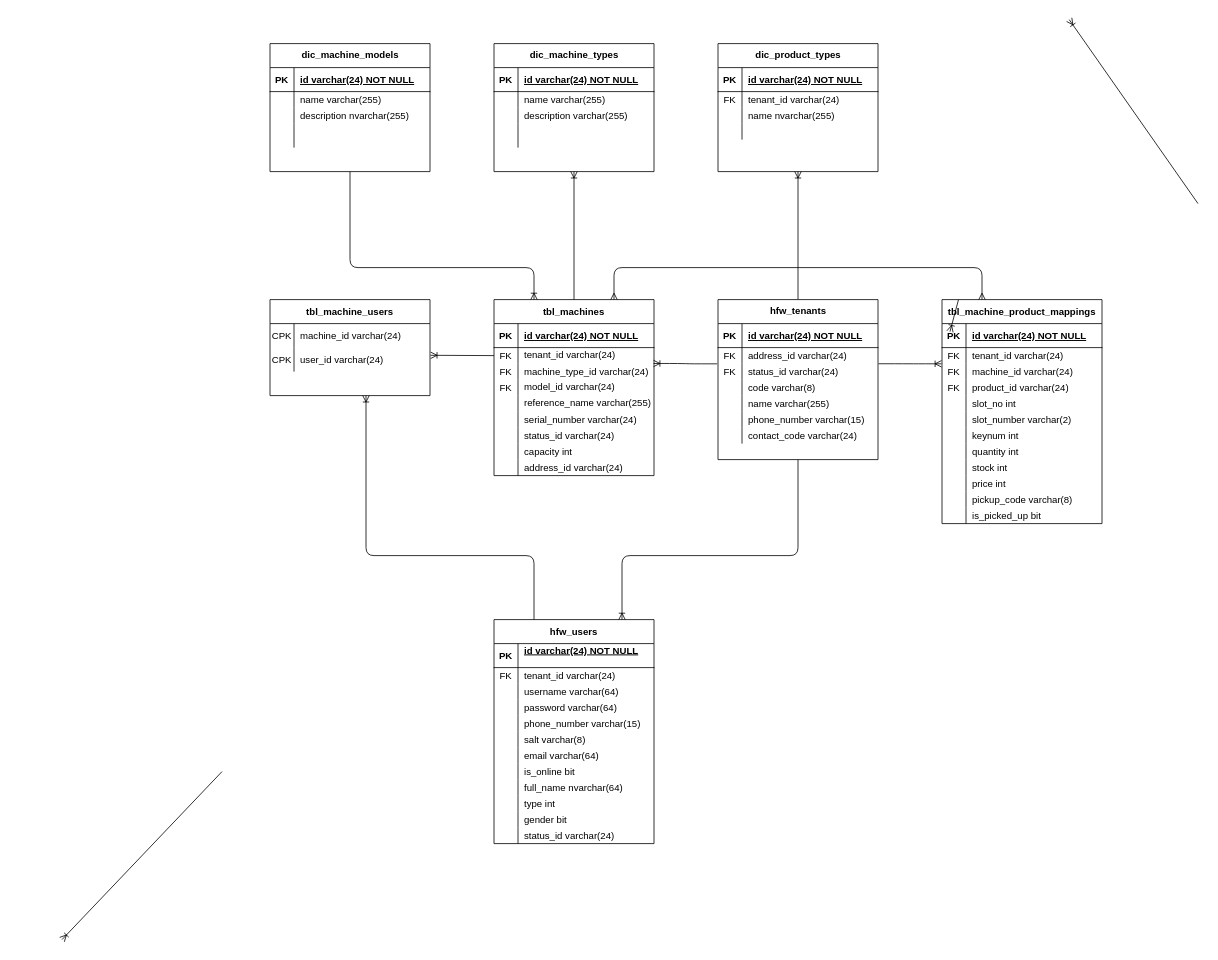
This is page "Machine" (4 of 6) of Untitled Diagram.drawio from wardus3105/alphatest, a draw.io file, before an edit. Source tidied: cells renumbered, new cells numbered last; positions are measured from the earlier drawing's top-left corner, leaving out a move shared by most shapes. Both pictures are drawn from the tidied source at 80%, with x=0, y=0 at pixel (62, 19).
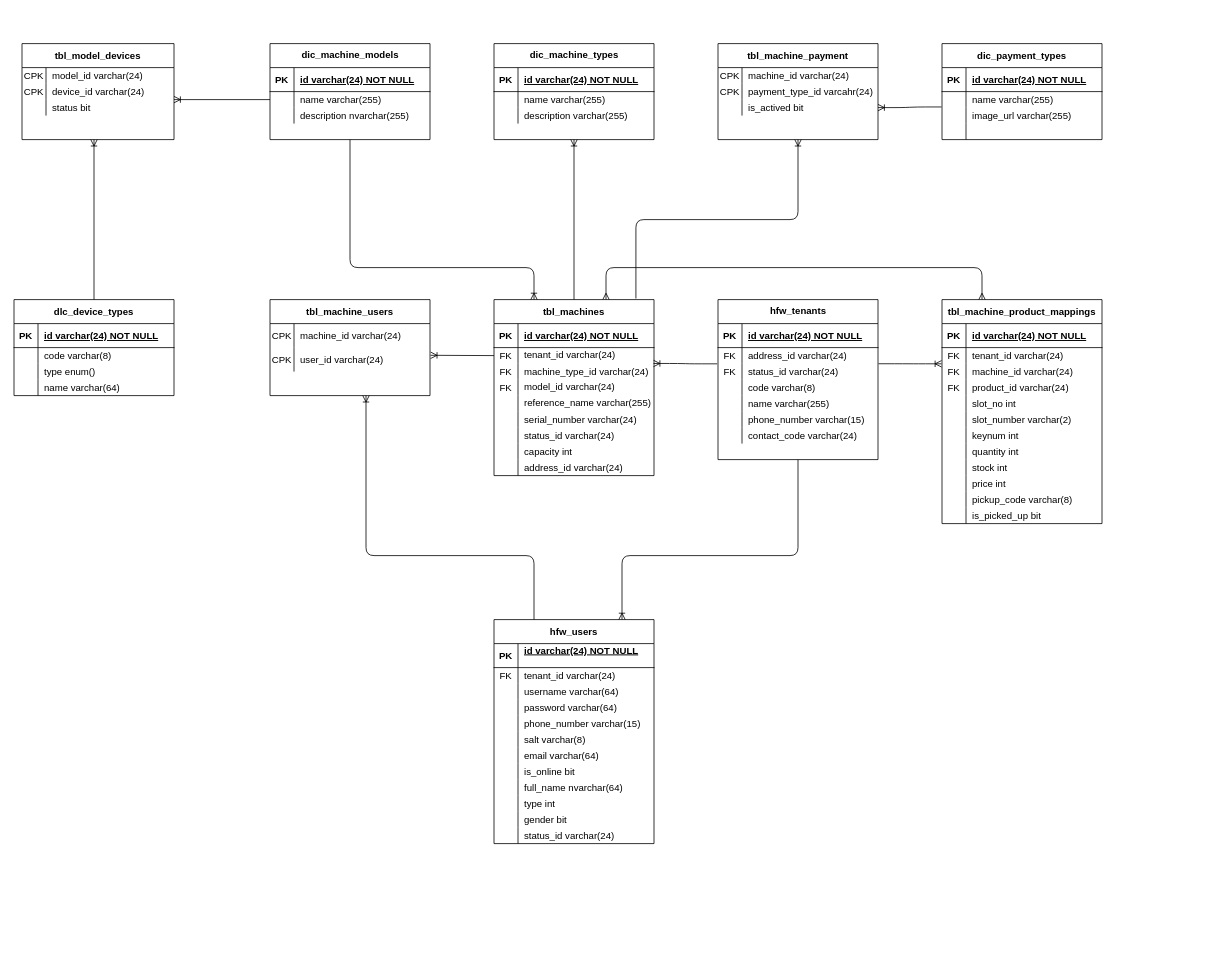
After the change.

Unchanged cells that the change refers to:
```xml
<mxCell id="2" value="tbl_machines" style="shape=table;startSize=30;childLayout=tableLayout;rowLines=0;fontStyle=1;align=center;" parent="1" vertex="1">
  <mxGeometry x="540" y="350" width="200" height="220" as="geometry" />
</mxCell>
<mxCell id="34" style="shape=partialRectangle;fillColor=none;top=0;left=0;bottom=0;right=0;points=[[0,0.5],[1,0.5]];portConstraint=eastwest;" parent="30" vertex="1">
  <mxGeometry y="60" width="200" height="20" as="geometry" />
</mxCell>
```

Change to the diagram source:
```diff
@@
     <mxCell id="30" value="dic_machine_models" style="shape=table;startSize=30;childLayout=tableLayout;rowLines=0;fontStyle=1;align=center;html=1;" parent="1" vertex="1">
-      <mxGeometry x="260" y="30" width="200" height="160" as="geometry" />
+      <mxGeometry x="260" y="30" width="200" height="120" as="geometry" />
     </mxCell>
@@
-    <mxCell id="40" style="shape=partialRectangle;fillColor=none;top=0;left=0;bottom=0;right=0;" parent="30" vertex="1">
-      <mxGeometry y="100" width="200" height="30" as="geometry" />
-    </mxCell>
-    <mxCell id="41" style="shape=partialRectangle;fillColor=none;top=0;left=0;bottom=0;right=0;overflow=hidden;" parent="40" vertex="1">
-      <mxGeometry width="30" height="30" as="geometry" />
-    </mxCell>
-    <mxCell id="42" style="shape=partialRectangle;fillColor=none;top=0;left=0;bottom=0;right=0;align=left;spacingLeft=6;overflow=hidden;" parent="40" vertex="1">
-      <mxGeometry x="30" width="170" height="30" as="geometry" />
-    </mxCell>
     <mxCell id="43" value="dic_machine_types" style="shape=table;startSize=30;childLayout=tableLayout;rowLines=0;fontStyle=1;align=center;html=1;" parent="1" vertex="1">
-      <mxGeometry x="540" y="30" width="200" height="160" as="geometry" />
+      <mxGeometry x="540" y="30" width="200" height="120" as="geometry" />
     </mxCell>
@@
-    <mxCell id="53" style="shape=partialRectangle;fillColor=none;top=0;left=0;bottom=0;right=0;" parent="43" vertex="1">
-      <mxGeometry y="100" width="200" height="30" as="geometry" />
-    </mxCell>
-    <mxCell id="54" style="shape=partialRectangle;fillColor=none;top=0;left=0;bottom=0;right=0;overflow=hidden;" parent="53" vertex="1">
-      <mxGeometry width="30" height="30" as="geometry" />
-    </mxCell>
-    <mxCell id="55" style="shape=partialRectangle;fillColor=none;top=0;left=0;bottom=0;right=0;align=left;spacingLeft=6;overflow=hidden;" parent="53" vertex="1">
-      <mxGeometry x="30" width="170" height="30" as="geometry" />
-    </mxCell>
-    <mxCell id="56" value="dic_product_types" style="shape=table;startSize=30;childLayout=tableLayout;rowLines=0;fontStyle=1;align=center;html=1;" parent="1" vertex="1">
-      <mxGeometry x="820" y="30" width="200" height="160" as="geometry" />
-    </mxCell>
-    <mxCell id="57" style="shape=partialRectangle;fillColor=none;top=0;left=0;bottom=1;right=0;" parent="56" vertex="1">
-      <mxGeometry y="30" width="200" height="30" as="geometry" />
-    </mxCell>
-    <mxCell id="58" value="PK" style="shape=partialRectangle;fillColor=none;top=0;left=0;bottom=0;right=0;fontStyle=1;overflow=hidden;" parent="57" vertex="1">
-      <mxGeometry width="30" height="30" as="geometry" />
-    </mxCell>
-    <mxCell id="59" value="id varchar(24) NOT NULL" style="shape=partialRectangle;fillColor=none;top=0;left=0;bottom=0;right=0;align=left;spacingLeft=6;fontStyle=5;overflow=hidden;" parent="57" vertex="1">
-      <mxGeometry x="30" width="170" height="30" as="geometry" />
-    </mxCell>
-    <mxCell id="60" style="shape=partialRectangle;fillColor=none;top=0;left=0;bottom=0;right=0;" parent="56" vertex="1">
-      <mxGeometry y="60" width="200" height="20" as="geometry" />
-    </mxCell>
-    <mxCell id="61" value="FK" style="shape=partialRectangle;fillColor=none;top=0;left=0;bottom=0;right=0;overflow=hidden;" parent="60" vertex="1">
-      <mxGeometry width="30" height="20" as="geometry" />
-    </mxCell>
-    <mxCell id="62" value="tenant_id varchar(24)" style="shape=partialRectangle;fillColor=none;top=0;left=0;bottom=0;right=0;align=left;spacingLeft=6;overflow=hidden;" parent="60" vertex="1">
-      <mxGeometry x="30" width="170" height="20" as="geometry" />
-    </mxCell>
-    <mxCell id="63" style="shape=partialRectangle;fillColor=none;top=0;left=0;bottom=0;right=0;" parent="56" vertex="1">
-      <mxGeometry y="80" width="200" height="20" as="geometry" />
-    </mxCell>
-    <mxCell id="64" style="shape=partialRectangle;fillColor=none;top=0;left=0;bottom=0;right=0;overflow=hidden;" parent="63" vertex="1">
-      <mxGeometry width="30" height="20" as="geometry" />
-    </mxCell>
-    <mxCell id="65" value="name nvarchar(255)" style="shape=partialRectangle;fillColor=none;top=0;left=0;bottom=0;right=0;align=left;spacingLeft=6;overflow=hidden;" parent="63" vertex="1">
-      <mxGeometry x="30" width="170" height="20" as="geometry" />
-    </mxCell>
-    <mxCell id="66" style="shape=partialRectangle;fillColor=none;top=0;left=0;bottom=0;right=0;" parent="56" vertex="1">
-      <mxGeometry y="100" width="200" height="20" as="geometry" />
-    </mxCell>
-    <mxCell id="67" style="shape=partialRectangle;fillColor=none;top=0;left=0;bottom=0;right=0;fontStyle=0;overflow=hidden;" parent="66" vertex="1">
-      <mxGeometry width="30" height="20" as="geometry" />
-    </mxCell>
-    <mxCell id="68" style="shape=partialRectangle;fillColor=none;top=0;left=0;bottom=0;right=0;align=left;spacingLeft=6;fontStyle=0;overflow=hidden;" parent="66" vertex="1">
-      <mxGeometry x="30" width="170" height="20" as="geometry" />
-    </mxCell>
@@
-    <mxCell id="71" style="fontSize=12;html=1;endArrow=none;exitX=0.25;exitY=0;exitDx=0;exitDy=0;edgeStyle=orthogonalEdgeStyle;startArrow=ERoneToMany;startFill=0;endFill=0;" parent="1" edge="1" source="2">
+    <mxCell id="71" style="fontSize=12;html=1;endArrow=none;exitX=0.25;exitY=0;exitDx=0;exitDy=0;edgeStyle=orthogonalEdgeStyle;startArrow=ERoneToMany;startFill=0;endFill=0;entryX=0.5;entryY=1;entryDx=0;entryDy=0;" parent="1" edge="1" source="2" target="30">
       <mxGeometry relative="1" as="geometry">
-        <mxPoint x="360" y="190" as="targetPoint" />
         <Array as="points">
           <mxPoint x="590" y="310" />
           <mxPoint x="360" y="310" />
         </Array>
       </mxGeometry>
     </mxCell>
-    <mxCell id="72" style="edgeStyle=orthogonalEdgeStyle;fontSize=12;html=1;endArrow=none;entryX=0.5;entryY=0;entryDx=0;entryDy=0;endFill=0;startArrow=ERoneToMany;startFill=0;" parent="1" edge="1">
-      <mxGeometry relative="1" as="geometry">
-        <mxPoint x="920" y="190" as="sourcePoint" />
-        <mxPoint x="920" y="350" as="targetPoint" />
-      </mxGeometry>
-    </mxCell>
@@
-    <mxCell id="110" style="fontSize=12;html=1;endArrow=ERmany;startArrow=ERmany;exitX=0.75;exitY=0;exitDx=0;exitDy=0;edgeStyle=orthogonalEdgeStyle;" parent="1" edge="1" source="2">
+    <mxCell id="110" style="fontSize=12;html=1;endArrow=ERmany;startArrow=ERmany;edgeStyle=orthogonalEdgeStyle;" parent="1" edge="1">
       <mxGeometry relative="1" as="geometry">
+        <mxPoint x="680" y="350" as="sourcePoint" />
         <mxPoint x="1150" y="350" as="targetPoint" />
         <Array as="points">
-          <mxPoint x="690" y="310" />
+          <mxPoint x="680" y="350" />
+          <mxPoint x="680" y="310" />
           <mxPoint x="1150" y="310" />
         </Array>
       </mxGeometry>
     </mxCell>
@@
-    <mxCell id="112" style="fontSize=12;html=1;endArrow=ERoneToMany;exitX=0.5;exitY=0;exitDx=0;exitDy=0;" parent="1" edge="1">
-      <mxGeometry relative="1" as="geometry">
-        <mxPoint x="1420" y="230" as="sourcePoint" />
-        <mxPoint x="1259" as="targetPoint" />
-      </mxGeometry>
-    </mxCell>
@@
-    <mxCell id="151" style="fontSize=12;html=1;endArrow=ERoneToMany;exitX=0.503;exitY=1.005;exitDx=0;exitDy=0;exitPerimeter=0;entryX=0.5;entryY=0;entryDx=0;entryDy=0;" parent="1" edge="1">
-      <mxGeometry relative="1" as="geometry">
-        <mxPoint x="1120.6" y="350.1" as="sourcePoint" />
-        <mxPoint x="1110" y="390" as="targetPoint" />
-      </mxGeometry>
-    </mxCell>
@@
-    <mxCell id="161" style="fontSize=12;html=1;endArrow=ERoneToMany;" parent="1" edge="1">
-      <mxGeometry relative="1" as="geometry">
-        <mxPoint x="200" y="940" as="sourcePoint" />
-        <mxPoint y="1150" as="targetPoint" />
-      </mxGeometry>
-    </mxCell>
@@
+    <mxCell id="184" value="dlc_device_types" style="shape=table;startSize=30;childLayout=tableLayout;rowLines=0;fontStyle=1;align=center;" parent="1" vertex="1">
+      <mxGeometry x="-60" y="350" width="200" height="120" as="geometry" />
+    </mxCell>
+    <mxCell id="185" style="shape=partialRectangle;fillColor=none;top=0;left=0;bottom=1;right=0;" parent="184" vertex="1">
+      <mxGeometry y="30" width="200" height="30" as="geometry" />
+    </mxCell>
+    <mxCell id="186" value="PK" style="shape=partialRectangle;fillColor=none;top=0;left=0;bottom=0;right=0;fontStyle=1;overflow=hidden;" parent="185" vertex="1">
+      <mxGeometry width="30" height="30" as="geometry" />
+    </mxCell>
+    <mxCell id="187" value="id varchar(24) NOT NULL" style="shape=partialRectangle;fillColor=none;top=0;left=0;bottom=0;right=0;align=left;spacingLeft=6;fontStyle=5;overflow=hidden;" parent="185" vertex="1">
+      <mxGeometry x="30" width="170" height="30" as="geometry" />
+    </mxCell>
+    <mxCell id="188" style="shape=partialRectangle;fillColor=none;top=0;left=0;bottom=0;right=0;" parent="184" vertex="1">
+      <mxGeometry y="60" width="200" height="20" as="geometry" />
+    </mxCell>
+    <mxCell id="189" style="shape=partialRectangle;fillColor=none;top=0;left=0;bottom=0;right=0;overflow=hidden;" parent="188" vertex="1">
+      <mxGeometry width="30" height="20" as="geometry" />
+    </mxCell>
+    <mxCell id="190" value="code varchar(8)" style="shape=partialRectangle;fillColor=none;top=0;left=0;bottom=0;right=0;align=left;spacingLeft=6;overflow=hidden;" parent="188" vertex="1">
+      <mxGeometry x="30" width="170" height="20" as="geometry" />
+    </mxCell>
+    <mxCell id="191" style="shape=partialRectangle;fillColor=none;top=0;left=0;bottom=0;right=0;" parent="184" vertex="1">
+      <mxGeometry y="80" width="200" height="20" as="geometry" />
+    </mxCell>
+    <mxCell id="192" style="shape=partialRectangle;fillColor=none;top=0;left=0;bottom=0;right=0;overflow=hidden;" parent="191" vertex="1">
+      <mxGeometry width="30" height="20" as="geometry" />
+    </mxCell>
+    <mxCell id="193" value="type enum()" style="shape=partialRectangle;fillColor=none;top=0;left=0;bottom=0;right=0;align=left;spacingLeft=6;overflow=hidden;" parent="191" vertex="1">
+      <mxGeometry x="30" width="170" height="20" as="geometry" />
+    </mxCell>
+    <mxCell id="194" style="shape=partialRectangle;fillColor=none;top=0;left=0;bottom=0;right=0;" parent="184" vertex="1">
+      <mxGeometry y="100" width="200" height="20" as="geometry" />
+    </mxCell>
+    <mxCell id="195" style="shape=partialRectangle;fillColor=none;top=0;left=0;bottom=0;right=0;overflow=hidden;" parent="194" vertex="1">
+      <mxGeometry width="30" height="20" as="geometry" />
+    </mxCell>
+    <mxCell id="196" value="name varchar(64)" style="shape=partialRectangle;fillColor=none;top=0;left=0;bottom=0;right=0;align=left;spacingLeft=6;overflow=hidden;" parent="194" vertex="1">
+      <mxGeometry x="30" width="170" height="20" as="geometry" />
+    </mxCell>
+    <mxCell id="197" value="tbl_model_devices" style="shape=table;startSize=30;childLayout=tableLayout;rowLines=0;fontStyle=1;align=center;" parent="1" vertex="1">
+      <mxGeometry x="-50" y="30" width="190" height="120" as="geometry" />
+    </mxCell>
+    <mxCell id="198" style="shape=partialRectangle;fillColor=none;top=0;left=0;bottom=0;right=0;" parent="197" vertex="1">
+      <mxGeometry y="30" width="190" height="20" as="geometry" />
+    </mxCell>
+    <mxCell id="199" value="CPK" style="shape=partialRectangle;fillColor=none;top=0;left=0;bottom=0;right=0;overflow=hidden;" parent="198" vertex="1">
+      <mxGeometry width="30" height="20" as="geometry" />
+    </mxCell>
+    <mxCell id="200" value="model_id varchar(24)" style="shape=partialRectangle;fillColor=none;top=0;left=0;bottom=0;right=0;align=left;spacingLeft=6;overflow=hidden;" parent="198" vertex="1">
+      <mxGeometry x="30" width="160" height="20" as="geometry" />
+    </mxCell>
+    <mxCell id="201" style="shape=partialRectangle;fillColor=none;top=0;left=0;bottom=0;right=0;" parent="197" vertex="1">
+      <mxGeometry y="50" width="190" height="20" as="geometry" />
+    </mxCell>
+    <mxCell id="202" value="CPK" style="shape=partialRectangle;fillColor=none;top=0;left=0;bottom=0;right=0;overflow=hidden;" parent="201" vertex="1">
+      <mxGeometry width="30" height="20" as="geometry" />
+    </mxCell>
+    <mxCell id="203" value="device_id varchar(24)" style="shape=partialRectangle;fillColor=none;top=0;left=0;bottom=0;right=0;align=left;spacingLeft=6;overflow=hidden;" parent="201" vertex="1">
+      <mxGeometry x="30" width="160" height="20" as="geometry" />
+    </mxCell>
+    <mxCell id="204" style="shape=partialRectangle;fillColor=none;top=0;left=0;bottom=0;right=0;points=[[0,0.5],[1,0.5]];portConstraint=eastwest;" parent="197" vertex="1">
+      <mxGeometry y="70" width="190" height="20" as="geometry" />
+    </mxCell>
+    <mxCell id="205" style="shape=partialRectangle;fillColor=none;top=0;left=0;bottom=0;right=0;overflow=hidden;" parent="204" vertex="1">
+      <mxGeometry width="30" height="20" as="geometry" />
+    </mxCell>
+    <mxCell id="206" value="status bit" style="shape=partialRectangle;fillColor=none;top=0;left=0;bottom=0;right=0;align=left;spacingLeft=6;overflow=hidden;" parent="204" vertex="1">
+      <mxGeometry x="30" width="160" height="20" as="geometry" />
+    </mxCell>
+    <mxCell id="207" value="dic_payment_types" style="shape=table;startSize=30;childLayout=tableLayout;rowLines=0;fontStyle=1;align=center;" parent="1" vertex="1">
+      <mxGeometry x="1100" y="30" width="200" height="120" as="geometry" />
+    </mxCell>
+    <mxCell id="208" style="shape=partialRectangle;fillColor=none;top=0;left=0;bottom=1;right=0;" parent="207" vertex="1">
+      <mxGeometry y="30" width="200" height="30" as="geometry" />
+    </mxCell>
+    <mxCell id="209" value="PK" style="shape=partialRectangle;fillColor=none;top=0;left=0;bottom=0;right=0;fontStyle=1;overflow=hidden;" parent="208" vertex="1">
+      <mxGeometry width="30" height="30" as="geometry" />
+    </mxCell>
+    <mxCell id="210" value="id varchar(24) NOT NULL" style="shape=partialRectangle;fillColor=none;top=0;left=0;bottom=0;right=0;align=left;spacingLeft=6;fontStyle=5;overflow=hidden;" parent="208" vertex="1">
+      <mxGeometry x="30" width="170" height="30" as="geometry" />
+    </mxCell>
+    <mxCell id="211" style="shape=partialRectangle;fillColor=none;top=0;left=0;bottom=0;right=0;" parent="207" vertex="1">
+      <mxGeometry y="60" width="200" height="20" as="geometry" />
+    </mxCell>
+    <mxCell id="212" style="shape=partialRectangle;fillColor=none;top=0;left=0;bottom=0;right=0;overflow=hidden;" parent="211" vertex="1">
+      <mxGeometry width="30" height="20" as="geometry" />
+    </mxCell>
+    <mxCell id="213" value="name varchar(255)" style="shape=partialRectangle;fillColor=none;top=0;left=0;bottom=0;right=0;align=left;spacingLeft=6;overflow=hidden;" parent="211" vertex="1">
+      <mxGeometry x="30" width="170" height="20" as="geometry" />
+    </mxCell>
+    <mxCell id="214" style="shape=partialRectangle;fillColor=none;top=0;left=0;bottom=0;right=0;points=[[0,0.5],[1,0.5]];portConstraint=eastwest;" parent="207" vertex="1">
+      <mxGeometry y="80" width="200" height="20" as="geometry" />
+    </mxCell>
+    <mxCell id="215" style="shape=partialRectangle;fillColor=none;top=0;left=0;bottom=0;right=0;overflow=hidden;" parent="214" vertex="1">
+      <mxGeometry width="30" height="20" as="geometry" />
+    </mxCell>
+    <mxCell id="216" value="image_url varchar(255)" style="shape=partialRectangle;fillColor=none;top=0;left=0;bottom=0;right=0;align=left;spacingLeft=6;overflow=hidden;" parent="214" vertex="1">
+      <mxGeometry x="30" width="170" height="20" as="geometry" />
+    </mxCell>
+    <mxCell id="217" style="shape=partialRectangle;fillColor=none;top=0;left=0;bottom=0;right=0;" parent="207" vertex="1">
+      <mxGeometry y="100" width="200" height="20" as="geometry" />
+    </mxCell>
+    <mxCell id="218" style="shape=partialRectangle;fillColor=none;top=0;left=0;bottom=0;right=0;overflow=hidden;" parent="217" vertex="1">
+      <mxGeometry width="30" height="20" as="geometry" />
+    </mxCell>
+    <mxCell id="219" style="shape=partialRectangle;fillColor=none;top=0;left=0;bottom=0;right=0;align=left;spacingLeft=6;overflow=hidden;" parent="217" vertex="1">
+      <mxGeometry x="30" width="170" height="20" as="geometry" />
+    </mxCell>
+    <mxCell id="220" style="fontSize=12;html=1;endArrow=none;entryX=0.5;entryY=0;entryDx=0;entryDy=0;startArrow=ERoneToMany;startFill=0;endFill=0;" parent="1" edge="1" target="184">
+      <mxGeometry relative="1" as="geometry">
+        <mxPoint x="40" y="150" as="sourcePoint" />
+      </mxGeometry>
+    </mxCell>
+    <mxCell id="221" style="edgeStyle=entityRelationEdgeStyle;fontSize=12;html=1;endArrow=ERoneToMany;exitX=0;exitY=0.5;exitDx=0;exitDy=0;entryX=1;entryY=0;entryDx=0;entryDy=0;entryPerimeter=0;" parent="1" edge="1" source="34" target="204">
+      <mxGeometry relative="1" as="geometry" />
+    </mxCell>
+    <mxCell id="222" value="tbl_machine_payment" style="shape=table;startSize=30;childLayout=tableLayout;rowLines=0;fontStyle=1;align=center;" parent="1" vertex="1">
+      <mxGeometry x="820" y="30" width="200" height="120" as="geometry" />
+    </mxCell>
+    <mxCell id="223" style="shape=partialRectangle;fillColor=none;top=0;left=0;bottom=0;right=0;" parent="222" vertex="1">
+      <mxGeometry y="30" width="200" height="20" as="geometry" />
+    </mxCell>
+    <mxCell id="224" value="CPK" style="shape=partialRectangle;fillColor=none;top=0;left=0;bottom=0;right=0;overflow=hidden;" parent="223" vertex="1">
+      <mxGeometry width="30" height="20" as="geometry" />
+    </mxCell>
+    <mxCell id="225" value="machine_id varchar(24)" style="shape=partialRectangle;fillColor=none;top=0;left=0;bottom=0;right=0;align=left;spacingLeft=6;overflow=hidden;" parent="223" vertex="1">
+      <mxGeometry x="30" width="170" height="20" as="geometry" />
+    </mxCell>
+    <mxCell id="226" style="shape=partialRectangle;fillColor=none;top=0;left=0;bottom=0;right=0;" parent="222" vertex="1">
+      <mxGeometry y="50" width="200" height="20" as="geometry" />
+    </mxCell>
+    <mxCell id="227" value="CPK" style="shape=partialRectangle;fillColor=none;top=0;left=0;bottom=0;right=0;overflow=hidden;" parent="226" vertex="1">
+      <mxGeometry width="30" height="20" as="geometry" />
+    </mxCell>
+    <mxCell id="228" value="payment_type_id varcahr(24)" style="shape=partialRectangle;fillColor=none;top=0;left=0;bottom=0;right=0;align=left;spacingLeft=6;overflow=hidden;" parent="226" vertex="1">
+      <mxGeometry x="30" width="170" height="20" as="geometry" />
+    </mxCell>
+    <mxCell id="229" style="shape=partialRectangle;fillColor=none;top=0;left=0;bottom=0;right=0;points=[[0,0.5],[1,0.5]];portConstraint=eastwest;" parent="222" vertex="1">
+      <mxGeometry y="70" width="200" height="20" as="geometry" />
+    </mxCell>
+    <mxCell id="230" style="shape=partialRectangle;fillColor=none;top=0;left=0;bottom=0;right=0;overflow=hidden;" parent="229" vertex="1">
+      <mxGeometry width="30" height="20" as="geometry" />
+    </mxCell>
+    <mxCell id="231" value="is_actived bit" style="shape=partialRectangle;fillColor=none;top=0;left=0;bottom=0;right=0;align=left;spacingLeft=6;overflow=hidden;" parent="229" vertex="1">
+      <mxGeometry x="30" width="170" height="20" as="geometry" />
+    </mxCell>
+    <mxCell id="232" style="edgeStyle=entityRelationEdgeStyle;fontSize=12;html=1;endArrow=ERoneToMany;exitX=-0.003;exitY=-0.04;exitDx=0;exitDy=0;entryX=1;entryY=0.5;entryDx=0;entryDy=0;exitPerimeter=0;" parent="1" edge="1" source="214" target="229">
+      <mxGeometry relative="1" as="geometry" />
+    </mxCell>
+    <mxCell id="233" style="edgeStyle=orthogonalEdgeStyle;fontSize=12;html=1;endArrow=ERoneToMany;exitX=0.887;exitY=-0.006;exitDx=0;exitDy=0;exitPerimeter=0;entryX=0.5;entryY=1;entryDx=0;entryDy=0;" parent="1" edge="1" source="2" target="222">
+      <mxGeometry relative="1" as="geometry">
+        <Array as="points">
+          <mxPoint x="717" y="250" />
+          <mxPoint x="920" y="250" />
+        </Array>
+      </mxGeometry>
+    </mxCell>
```
